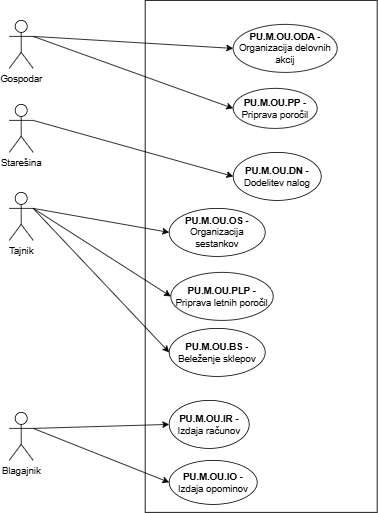
Earlier version of the draw.io export Upravni odbor-Primer uporabe.drawio.png (ErnestISv/Lovstvo). Source tidied: cells renumbered, new cells last; positions are measured from the earlier drawing's top-left corner, leaving out a move shared by most shapes.
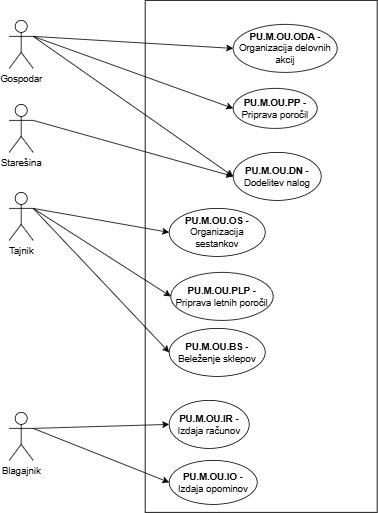
Later version of the same file.

Change to the diagram source:
```diff
@@ -65,5 +65,8 @@
     <mxCell id="22" style="endArrow=classic;html=1;rounded=0;exitX=1;exitY=0.3333333333333333;exitDx=0;exitDy=0;exitPerimeter=0;entryX=0;entryY=0.5;entryDx=0;entryDy=0;" parent="1" edge="1" source="9" target="10">
       <mxGeometry relative="1" as="geometry" />
     </mxCell>
+    <mxCell id="23" style="endArrow=classic;html=1;rounded=0;exitX=1;exitY=0.3333333333333333;exitDx=0;exitDy=0;exitPerimeter=0;entryX=0;entryY=0.5;entryDx=0;entryDy=0;" parent="1" edge="1" source="4" target="12">
+      <mxGeometry relative="1" as="geometry" />
+    </mxCell>
   </root>
 </mxGraphModel>
```
